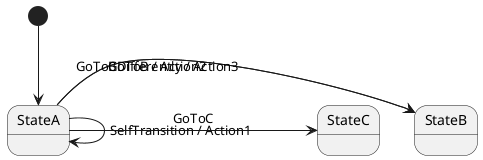
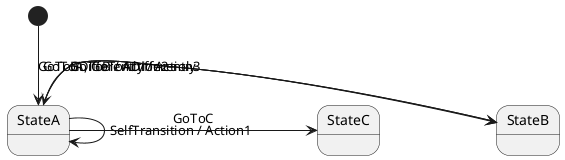
@startuml TestFsm

StateA -> StateA : SelfTransition / Action1
StateA -> StateB : GoToB / Action2
StateA -> StateB : GoToBDifferently / Action3
StateA -> StateC : GoToC
+ ' Event lists cannot carry an action (one action binds to a single event's params)
+ StateB -> StateA : GoToA, GoToADifferently
[*] --> StateA

@enduml
